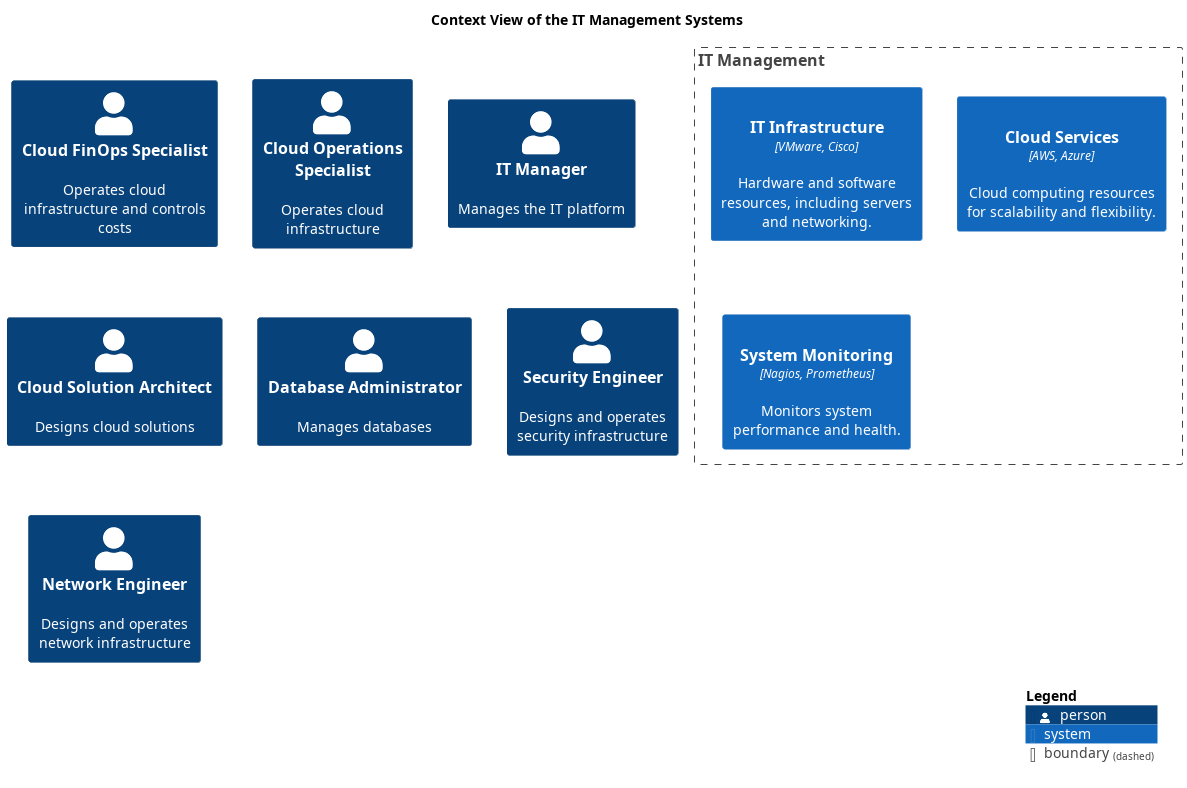
Before: docs/mybank/it-management/context-view.png, a diagram exported from PlantUML (soulspace-org/my-bank-model).
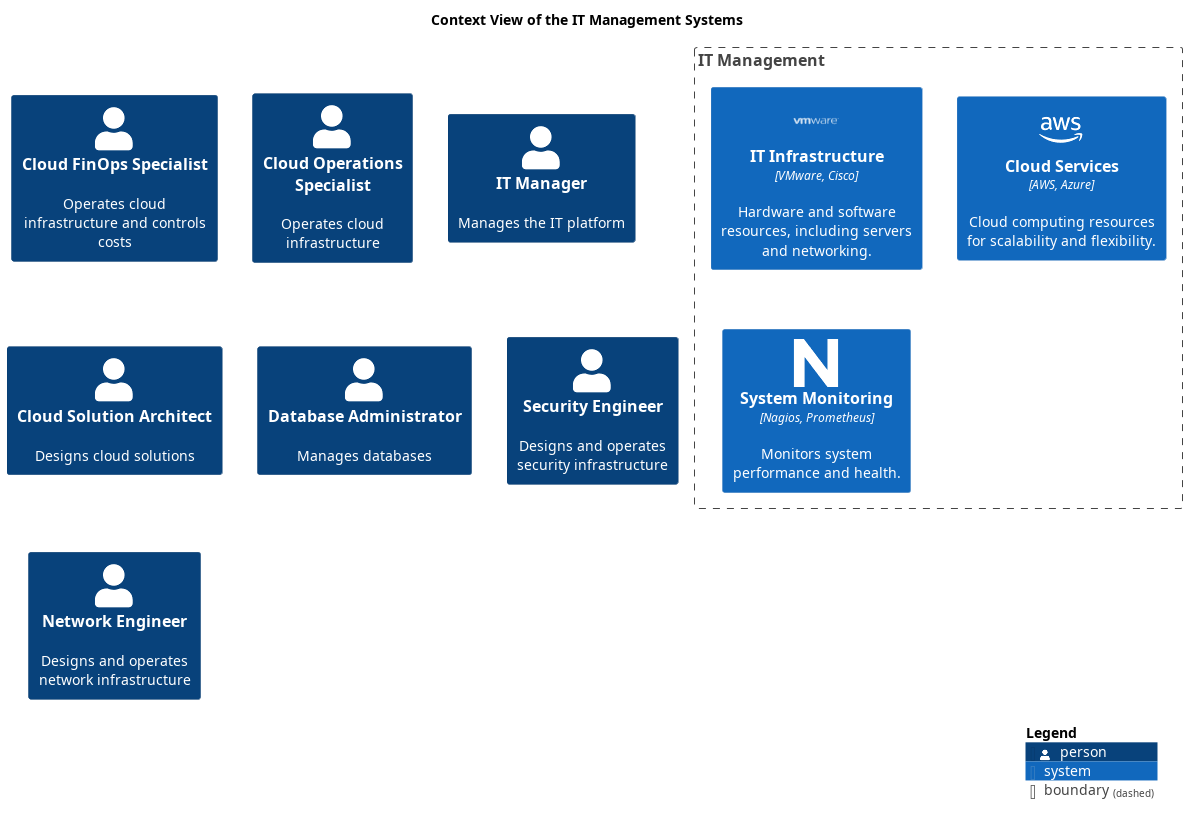
Above is the later version.

The edit, as a diff of the source:
```diff
@@ -5,6 +5,12 @@
 !include <azure/AzureCommon>
 !include <azure/AzureC4Integration>
 !include <tupadr3/common>
+!include <tupadr3/font-awesome-5/aws>
+!include <azure/General/Azure>
+!include <cloudogu/tools/vmware>
+!include <tupadr3/devicons/cisco>
+!include <cloudinsight/nagios>
+!include <logos/prometheus>
 
 
 
```
